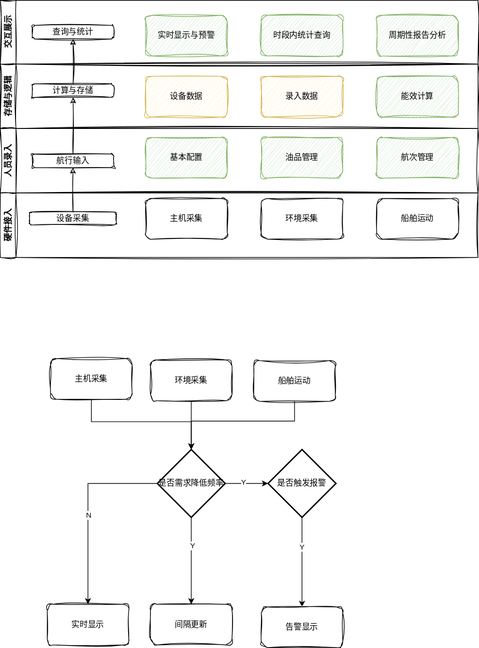
lzdong0714/note keeps this draw.io diagram as 702-能效.drawio.svg. Above is the earlier version. Source tidied: cells renumbered, new cells last; positions are measured from the earlier drawing's top-left corner, leaving out a move shared by most shapes.
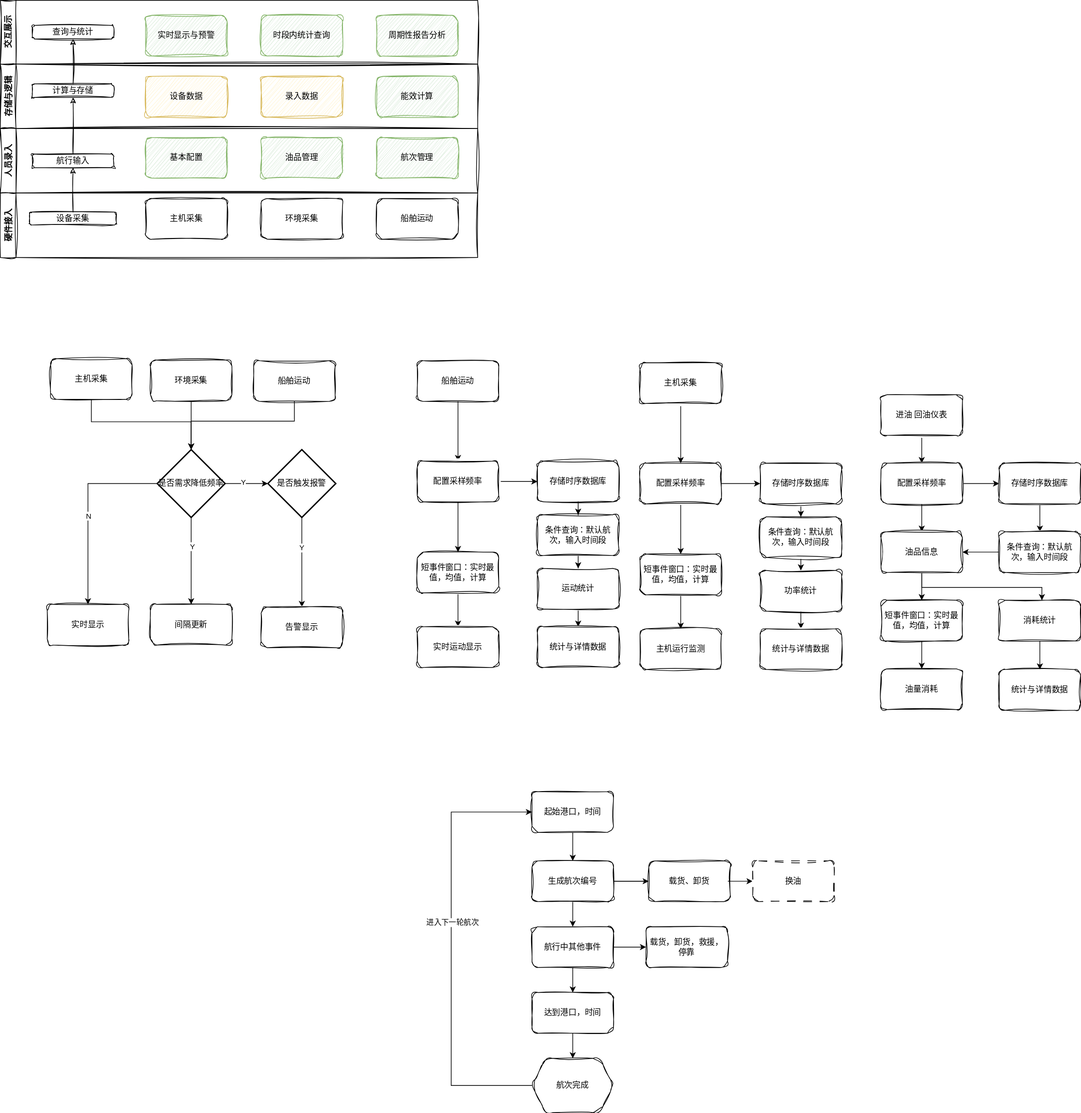
After the commit.

Change to the diagram source:
```diff
@@ -138,5 +138,215 @@
         </Array>
       </mxGeometry>
     </mxCell>
+    <mxCell id="44" style="edgeStyle=orthogonalEdgeStyle;rounded=0;jettySize=auto;html=1;" parent="1" edge="1" source="45" target="50">
+      <mxGeometry relative="1" as="geometry" />
+    </mxCell>
+    <mxCell id="45" value="船舶运动" style="rounded=1;whiteSpace=wrap;html=1;sketch=1;hachureGap=4;jiggle=2;curveFitting=1;fontFamily=Architects Daughter;fontSource=https%3A%2F%2Ffonts.googleapis.com%2Fcss%3Ffamily%3DArchitects%2BDaughter;" parent="1" vertex="1">
+      <mxGeometry x="614" y="531" width="120" height="60" as="geometry" />
+    </mxCell>
+    <mxCell id="46" style="edgeStyle=orthogonalEdgeStyle;rounded=0;jettySize=auto;html=1;" parent="1" edge="1" source="47" target="53">
+      <mxGeometry relative="1" as="geometry" />
+    </mxCell>
+    <mxCell id="47" value="短事件窗口：实时最值，均值，计算" style="rounded=1;whiteSpace=wrap;html=1;sketch=1;curveFitting=1;jiggle=2;" parent="1" vertex="1">
+      <mxGeometry x="614" y="813" width="120" height="60" as="geometry" />
+    </mxCell>
+    <mxCell id="48" style="edgeStyle=orthogonalEdgeStyle;rounded=0;jettySize=auto;html=1;entryX=0;entryY=0.5;entryDx=0;entryDy=0;" parent="1" edge="1" source="50" target="52">
+      <mxGeometry relative="1" as="geometry" />
+    </mxCell>
+    <mxCell id="49" style="edgeStyle=orthogonalEdgeStyle;rounded=0;jettySize=auto;html=1;" parent="1" edge="1" source="50" target="47">
+      <mxGeometry relative="1" as="geometry" />
+    </mxCell>
+    <mxCell id="50" value="配置采样频率" style="rounded=1;whiteSpace=wrap;html=1;sketch=1;hachureGap=4;jiggle=2;curveFitting=1;fontFamily=Architects Daughter;fontSource=https%3A%2F%2Ffonts.googleapis.com%2Fcss%3Ffamily%3DArchitects%2BDaughter;" parent="1" vertex="1">
+      <mxGeometry x="614" y="679" width="120" height="60" as="geometry" />
+    </mxCell>
+    <mxCell id="51" style="edgeStyle=orthogonalEdgeStyle;rounded=0;jettySize=auto;html=1;entryX=0.5;entryY=0;entryDx=0;entryDy=0;" parent="1" edge="1" source="52" target="55">
+      <mxGeometry relative="1" as="geometry" />
+    </mxCell>
+    <mxCell id="52" value="存储时序数据库" style="rounded=1;whiteSpace=wrap;html=1;sketch=1;hachureGap=4;jiggle=2;curveFitting=1;fontFamily=Architects Daughter;fontSource=https%3A%2F%2Ffonts.googleapis.com%2Fcss%3Ffamily%3DArchitects%2BDaughter;" parent="1" vertex="1">
+      <mxGeometry x="791" y="679" width="120" height="60" as="geometry" />
+    </mxCell>
+    <mxCell id="53" value="实时运动显示" style="rounded=1;whiteSpace=wrap;html=1;sketch=1;curveFitting=1;jiggle=2;" parent="1" vertex="1">
+      <mxGeometry x="614" y="923" width="120" height="60" as="geometry" />
+    </mxCell>
+    <mxCell id="54" style="edgeStyle=orthogonalEdgeStyle;rounded=0;jettySize=auto;html=1;" parent="1" edge="1" source="55" target="57">
+      <mxGeometry relative="1" as="geometry" />
+    </mxCell>
+    <mxCell id="55" value="条件查询：默认航次，输入时间段" style="rounded=1;whiteSpace=wrap;html=1;sketch=1;curveFitting=1;jiggle=2;" parent="1" vertex="1">
+      <mxGeometry x="791" y="758" width="120" height="60" as="geometry" />
+    </mxCell>
+    <mxCell id="56" style="edgeStyle=orthogonalEdgeStyle;rounded=0;jettySize=auto;html=1;" parent="1" edge="1" source="57" target="58">
+      <mxGeometry relative="1" as="geometry" />
+    </mxCell>
+    <mxCell id="57" value="运动统计" style="rounded=1;whiteSpace=wrap;html=1;sketch=1;curveFitting=1;jiggle=2;" parent="1" vertex="1">
+      <mxGeometry x="791" y="837" width="120" height="60" as="geometry" />
+    </mxCell>
+    <mxCell id="58" value="统计与详情数据" style="rounded=1;whiteSpace=wrap;html=1;sketch=1;curveFitting=1;jiggle=2;" parent="1" vertex="1">
+      <mxGeometry x="791" y="923" width="120" height="60" as="geometry" />
+    </mxCell>
+    <mxCell id="59" style="edgeStyle=orthogonalEdgeStyle;rounded=0;jettySize=auto;html=1;" parent="1" edge="1" source="60" target="65">
+      <mxGeometry relative="1" as="geometry" />
+    </mxCell>
+    <mxCell id="60" value="主机采集" style="rounded=1;whiteSpace=wrap;html=1;sketch=1;hachureGap=4;jiggle=2;curveFitting=1;fontFamily=Architects Daughter;fontSource=https%3A%2F%2Ffonts.googleapis.com%2Fcss%3Ffamily%3DArchitects%2BDaughter;" parent="1" vertex="1">
+      <mxGeometry x="942" y="534" width="120" height="60" as="geometry" />
+    </mxCell>
+    <mxCell id="61" style="edgeStyle=orthogonalEdgeStyle;rounded=0;jettySize=auto;html=1;" parent="1" edge="1" source="62" target="68">
+      <mxGeometry relative="1" as="geometry" />
+    </mxCell>
+    <mxCell id="62" value="短事件窗口：实时最值，均值，计算" style="rounded=1;whiteSpace=wrap;html=1;sketch=1;curveFitting=1;jiggle=2;" parent="1" vertex="1">
+      <mxGeometry x="942" y="816" width="120" height="60" as="geometry" />
+    </mxCell>
+    <mxCell id="63" style="edgeStyle=orthogonalEdgeStyle;rounded=0;jettySize=auto;html=1;entryX=0;entryY=0.5;entryDx=0;entryDy=0;" parent="1" edge="1" source="65" target="67">
+      <mxGeometry relative="1" as="geometry" />
+    </mxCell>
+    <mxCell id="64" style="edgeStyle=orthogonalEdgeStyle;rounded=0;jettySize=auto;html=1;" parent="1" edge="1" source="65" target="62">
+      <mxGeometry relative="1" as="geometry" />
+    </mxCell>
+    <mxCell id="65" value="配置采样频率" style="rounded=1;whiteSpace=wrap;html=1;sketch=1;hachureGap=4;jiggle=2;curveFitting=1;fontFamily=Architects Daughter;fontSource=https%3A%2F%2Ffonts.googleapis.com%2Fcss%3Ffamily%3DArchitects%2BDaughter;" parent="1" vertex="1">
+      <mxGeometry x="942" y="682" width="120" height="60" as="geometry" />
+    </mxCell>
+    <mxCell id="66" style="edgeStyle=orthogonalEdgeStyle;rounded=0;jettySize=auto;html=1;entryX=0.5;entryY=0;entryDx=0;entryDy=0;" parent="1" edge="1" source="67" target="70">
+      <mxGeometry relative="1" as="geometry" />
+    </mxCell>
+    <mxCell id="67" value="存储时序数据库" style="rounded=1;whiteSpace=wrap;html=1;sketch=1;hachureGap=4;jiggle=2;curveFitting=1;fontFamily=Architects Daughter;fontSource=https%3A%2F%2Ffonts.googleapis.com%2Fcss%3Ffamily%3DArchitects%2BDaughter;" parent="1" vertex="1">
+      <mxGeometry x="1119" y="682" width="120" height="60" as="geometry" />
+    </mxCell>
+    <mxCell id="68" value="主机运行监测" style="rounded=1;whiteSpace=wrap;html=1;sketch=1;curveFitting=1;jiggle=2;" parent="1" vertex="1">
+      <mxGeometry x="942" y="926" width="120" height="60" as="geometry" />
+    </mxCell>
+    <mxCell id="69" style="edgeStyle=orthogonalEdgeStyle;rounded=0;jettySize=auto;html=1;" parent="1" edge="1" source="70" target="72">
+      <mxGeometry relative="1" as="geometry" />
+    </mxCell>
+    <mxCell id="70" value="条件查询：默认航次，输入时间段" style="rounded=1;whiteSpace=wrap;html=1;sketch=1;curveFitting=1;jiggle=2;" parent="1" vertex="1">
+      <mxGeometry x="1119" y="761" width="120" height="60" as="geometry" />
+    </mxCell>
+    <mxCell id="71" style="edgeStyle=orthogonalEdgeStyle;rounded=0;jettySize=auto;html=1;" parent="1" edge="1" source="72" target="73">
+      <mxGeometry relative="1" as="geometry" />
+    </mxCell>
+    <mxCell id="72" value="功率统计" style="rounded=1;whiteSpace=wrap;html=1;sketch=1;curveFitting=1;jiggle=2;" parent="1" vertex="1">
+      <mxGeometry x="1119" y="840" width="120" height="60" as="geometry" />
+    </mxCell>
+    <mxCell id="73" value="统计与详情数据" style="rounded=1;whiteSpace=wrap;html=1;sketch=1;curveFitting=1;jiggle=2;" parent="1" vertex="1">
+      <mxGeometry x="1119" y="926" width="120" height="60" as="geometry" />
+    </mxCell>
+    <mxCell id="74" style="edgeStyle=orthogonalEdgeStyle;rounded=0;jettySize=auto;html=1;" parent="1" edge="1" source="75" target="80">
+      <mxGeometry relative="1" as="geometry" />
+    </mxCell>
+    <mxCell id="75" value="进油 回油仪表" style="rounded=1;whiteSpace=wrap;html=1;sketch=1;hachureGap=4;jiggle=2;curveFitting=1;fontFamily=Architects Daughter;fontSource=https%3A%2F%2Ffonts.googleapis.com%2Fcss%3Ffamily%3DArchitects%2BDaughter;" parent="1" vertex="1">
+      <mxGeometry x="1297" y="581" width="120" height="60" as="geometry" />
+    </mxCell>
+    <mxCell id="76" style="edgeStyle=orthogonalEdgeStyle;rounded=0;jettySize=auto;html=1;" parent="1" edge="1" source="77" target="83">
+      <mxGeometry relative="1" as="geometry" />
+    </mxCell>
+    <mxCell id="77" value="短事件窗口：实时最值，均值，计算" style="rounded=1;whiteSpace=wrap;html=1;sketch=1;curveFitting=1;jiggle=2;" parent="1" vertex="1">
+      <mxGeometry x="1297" y="884" width="120" height="60" as="geometry" />
+    </mxCell>
+    <mxCell id="78" style="edgeStyle=orthogonalEdgeStyle;rounded=0;jettySize=auto;html=1;entryX=0;entryY=0.5;entryDx=0;entryDy=0;" parent="1" edge="1" source="80" target="82">
+      <mxGeometry relative="1" as="geometry" />
+    </mxCell>
+    <mxCell id="79" style="edgeStyle=orthogonalEdgeStyle;rounded=0;jettySize=auto;html=1;" parent="1" edge="1" source="80" target="92">
+      <mxGeometry relative="1" as="geometry" />
+    </mxCell>
+    <mxCell id="80" value="配置采样频率" style="rounded=1;whiteSpace=wrap;html=1;sketch=1;hachureGap=4;jiggle=2;curveFitting=1;fontFamily=Architects Daughter;fontSource=https%3A%2F%2Ffonts.googleapis.com%2Fcss%3Ffamily%3DArchitects%2BDaughter;" parent="1" vertex="1">
+      <mxGeometry x="1297" y="682" width="120" height="60" as="geometry" />
+    </mxCell>
+    <mxCell id="81" style="edgeStyle=orthogonalEdgeStyle;rounded=0;jettySize=auto;html=1;entryX=0.5;entryY=0;entryDx=0;entryDy=0;" parent="1" edge="1" source="82" target="86">
+      <mxGeometry relative="1" as="geometry" />
+    </mxCell>
+    <mxCell id="82" value="存储时序数据库" style="rounded=1;whiteSpace=wrap;html=1;sketch=1;hachureGap=4;jiggle=2;curveFitting=1;fontFamily=Architects Daughter;fontSource=https%3A%2F%2Ffonts.googleapis.com%2Fcss%3Ffamily%3DArchitects%2BDaughter;flipV=1;" parent="1" vertex="1">
+      <mxGeometry x="1471" y="682" width="120" height="60" as="geometry" />
+    </mxCell>
+    <mxCell id="83" value="油量消耗" style="rounded=1;whiteSpace=wrap;html=1;sketch=1;curveFitting=1;jiggle=2;" parent="1" vertex="1">
+      <mxGeometry x="1297" y="985" width="120" height="60" as="geometry" />
+    </mxCell>
+    <mxCell id="84" style="edgeStyle=orthogonalEdgeStyle;rounded=0;jettySize=auto;html=1;" parent="1" edge="1" target="88">
+      <mxGeometry relative="1" as="geometry">
+        <mxPoint x="1534" y="880" as="sourcePoint" />
+      </mxGeometry>
+    </mxCell>
+    <mxCell id="85" style="edgeStyle=orthogonalEdgeStyle;rounded=0;jettySize=auto;html=1;" parent="1" edge="1" source="86" target="92">
+      <mxGeometry relative="1" as="geometry" />
+    </mxCell>
+    <mxCell id="86" value="条件查询：默认航次，输入时间段" style="rounded=1;whiteSpace=wrap;html=1;sketch=1;curveFitting=1;jiggle=2;flipV=1;" parent="1" vertex="1">
+      <mxGeometry x="1471" y="783" width="120" height="60" as="geometry" />
+    </mxCell>
+    <mxCell id="87" style="edgeStyle=orthogonalEdgeStyle;rounded=0;jettySize=auto;html=1;" parent="1" edge="1" source="88" target="89">
+      <mxGeometry relative="1" as="geometry" />
+    </mxCell>
+    <mxCell id="88" value="消耗统计" style="rounded=1;whiteSpace=wrap;html=1;sketch=1;curveFitting=1;jiggle=2;flipV=1;" parent="1" vertex="1">
+      <mxGeometry x="1471" y="884" width="120" height="60" as="geometry" />
+    </mxCell>
+    <mxCell id="89" value="统计与详情数据" style="rounded=1;whiteSpace=wrap;html=1;sketch=1;curveFitting=1;jiggle=2;flipV=1;" parent="1" vertex="1">
+      <mxGeometry x="1471" y="986" width="120" height="60" as="geometry" />
+    </mxCell>
+    <mxCell id="90" style="edgeStyle=orthogonalEdgeStyle;rounded=0;jettySize=auto;html=1;entryX=0.5;entryY=0;entryDx=0;entryDy=0;" parent="1" edge="1" source="92" target="77">
+      <mxGeometry relative="1" as="geometry" />
+    </mxCell>
+    <mxCell id="91" style="edgeStyle=orthogonalEdgeStyle;rounded=0;jettySize=auto;html=1;" parent="1" edge="1" source="92" target="88">
+      <mxGeometry relative="1" as="geometry">
+        <Array as="points">
+          <mxPoint x="1357" y="865" />
+          <mxPoint x="1534" y="865" />
+        </Array>
+      </mxGeometry>
+    </mxCell>
+    <mxCell id="92" value="油品信息" style="rounded=1;whiteSpace=wrap;html=1;sketch=1;curveFitting=1;jiggle=2;" parent="1" vertex="1">
+      <mxGeometry x="1297" y="783" width="120" height="60" as="geometry" />
+    </mxCell>
+    <mxCell id="93" style="edgeStyle=orthogonalEdgeStyle;rounded=0;jettySize=auto;html=1;" parent="1" edge="1" source="94" target="98">
+      <mxGeometry relative="1" as="geometry" />
+    </mxCell>
+    <mxCell id="94" value="起始港口，时间" style="rounded=1;whiteSpace=wrap;html=1;sketch=1;hachureGap=4;jiggle=2;curveFitting=1;fontFamily=Architects Daughter;fontSource=https%3A%2F%2Ffonts.googleapis.com%2Fcss%3Ffamily%3DArchitects%2BDaughter;" parent="1" vertex="1">
+      <mxGeometry x="783" y="1166" width="120" height="60" as="geometry" />
+    </mxCell>
+    <mxCell id="95" style="edgeStyle=orthogonalEdgeStyle;rounded=0;jettySize=auto;html=1;" parent="1" edge="1" source="98" target="99">
+      <mxGeometry relative="1" as="geometry" />
+    </mxCell>
+    <mxCell id="96" style="edgeStyle=orthogonalEdgeStyle;rounded=0;jettySize=auto;html=1;" parent="1" edge="1" source="98" target="102">
+      <mxGeometry relative="1" as="geometry" />
+    </mxCell>
+    <mxCell id="97" style="edgeStyle=orthogonalEdgeStyle;rounded=0;jettySize=auto;html=1;" parent="1" edge="1" source="98" target="109">
+      <mxGeometry relative="1" as="geometry" />
+    </mxCell>
+    <mxCell id="98" value="生成航次编号" style="rounded=1;whiteSpace=wrap;html=1;sketch=1;hachureGap=4;jiggle=2;curveFitting=1;fontFamily=Architects Daughter;fontSource=https%3A%2F%2Ffonts.googleapis.com%2Fcss%3Ffamily%3DArchitects%2BDaughter;" parent="1" vertex="1">
+      <mxGeometry x="783" y="1268" width="120" height="60" as="geometry" />
+    </mxCell>
+    <mxCell id="99" value="载货、卸货" style="rounded=1;whiteSpace=wrap;html=1;sketch=1;hachureGap=4;jiggle=2;curveFitting=1;fontFamily=Architects Daughter;fontSource=https%3A%2F%2Ffonts.googleapis.com%2Fcss%3Ffamily%3DArchitects%2BDaughter;" parent="1" vertex="1">
+      <mxGeometry x="955" y="1268" width="120" height="60" as="geometry" />
+    </mxCell>
+    <mxCell id="100" style="edgeStyle=orthogonalEdgeStyle;rounded=0;jettySize=auto;html=1;" parent="1" edge="1" source="102" target="104">
+      <mxGeometry relative="1" as="geometry" />
+    </mxCell>
+    <mxCell id="101" style="edgeStyle=orthogonalEdgeStyle;rounded=0;jettySize=auto;html=1;" parent="1" edge="1" source="102" target="105">
+      <mxGeometry relative="1" as="geometry" />
+    </mxCell>
+    <mxCell id="102" value="航行中其他事件" style="rounded=1;whiteSpace=wrap;html=1;sketch=1;hachureGap=4;jiggle=2;curveFitting=1;fontFamily=Architects Daughter;fontSource=https%3A%2F%2Ffonts.googleapis.com%2Fcss%3Ffamily%3DArchitects%2BDaughter;" parent="1" vertex="1">
+      <mxGeometry x="783" y="1365" width="120" height="60" as="geometry" />
+    </mxCell>
+    <mxCell id="103" style="edgeStyle=orthogonalEdgeStyle;rounded=0;jettySize=auto;html=1;" parent="1" edge="1" source="104" target="108">
+      <mxGeometry relative="1" as="geometry" />
+    </mxCell>
+    <mxCell id="104" value="达到港口，时间" style="rounded=1;whiteSpace=wrap;html=1;sketch=1;hachureGap=4;jiggle=2;curveFitting=1;fontFamily=Architects Daughter;fontSource=https%3A%2F%2Ffonts.googleapis.com%2Fcss%3Ffamily%3DArchitects%2BDaughter;" parent="1" vertex="1">
+      <mxGeometry x="783" y="1462" width="120" height="60" as="geometry" />
+    </mxCell>
+    <mxCell id="105" value="载货，卸货，救援，停靠" style="rounded=1;whiteSpace=wrap;html=1;sketch=1;hachureGap=4;jiggle=2;curveFitting=1;fontFamily=Architects Daughter;fontSource=https%3A%2F%2Ffonts.googleapis.com%2Fcss%3Ffamily%3DArchitects%2BDaughter;" parent="1" vertex="1">
+      <mxGeometry x="951" y="1365" width="120" height="60" as="geometry" />
+    </mxCell>
+    <mxCell id="106" style="edgeStyle=orthogonalEdgeStyle;rounded=0;jettySize=auto;html=1;entryX=0;entryY=0.5;entryDx=0;entryDy=0;" parent="1" edge="1" source="108" target="94">
+      <mxGeometry relative="1" as="geometry">
+        <Array as="points">
+          <mxPoint x="664" y="1599" />
+          <mxPoint x="664" y="1196" />
+        </Array>
+      </mxGeometry>
+    </mxCell>
+    <mxCell id="107" value="进入下一轮航次" style="edgeLabel;html=1;align=center;verticalAlign=middle;" parent="106" vertex="1">
+      <mxGeometry x="0.12" y="-2" relative="1" as="geometry" />
+    </mxCell>
+    <mxCell id="108" value="航次完成" style="shape=hexagon;perimeter=hexagonPerimeter2;whiteSpace=wrap;html=1;fixedSize=1;fontFamily=Architects Daughter;rounded=1;sketch=1;hachureGap=4;jiggle=2;curveFitting=1;fontSource=https%3A%2F%2Ffonts.googleapis.com%2Fcss%3Ffamily%3DArchitects%2BDaughter;" parent="1" vertex="1">
+      <mxGeometry x="783" y="1559" width="120" height="80" as="geometry" />
+    </mxCell>
+    <mxCell id="109" value="换油" style="rounded=1;whiteSpace=wrap;html=1;sketch=1;hachureGap=4;jiggle=2;curveFitting=1;fontFamily=Architects Daughter;fontSource=https%3A%2F%2Ffonts.googleapis.com%2Fcss%3Ffamily%3DArchitects%2BDaughter;dashed=1;dashPattern=12 12;" parent="1" vertex="1">
+      <mxGeometry x="1108" y="1268" width="120" height="60" as="geometry" />
+    </mxCell>
   </root>
 </mxGraphModel>
```
